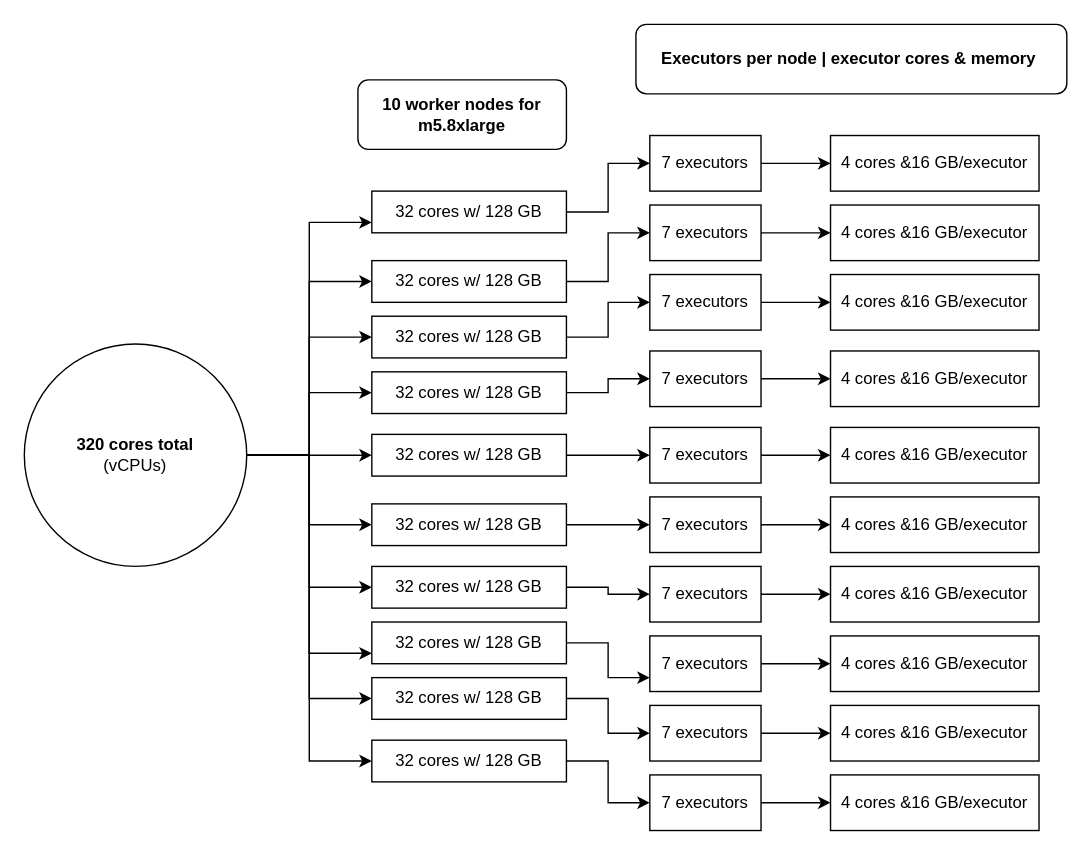
This is Untitled Diagram.drawio from alicehua11/test_react, a draw.io file, before an edit. Source tidied: cells renumbered, new cells numbered last; positions are measured from the earlier drawing's top-left corner, leaving out a move shared by most shapes. Both pictures are drawn from the tidied source at 139%, with x=0, y=0 at pixel (24, 24).
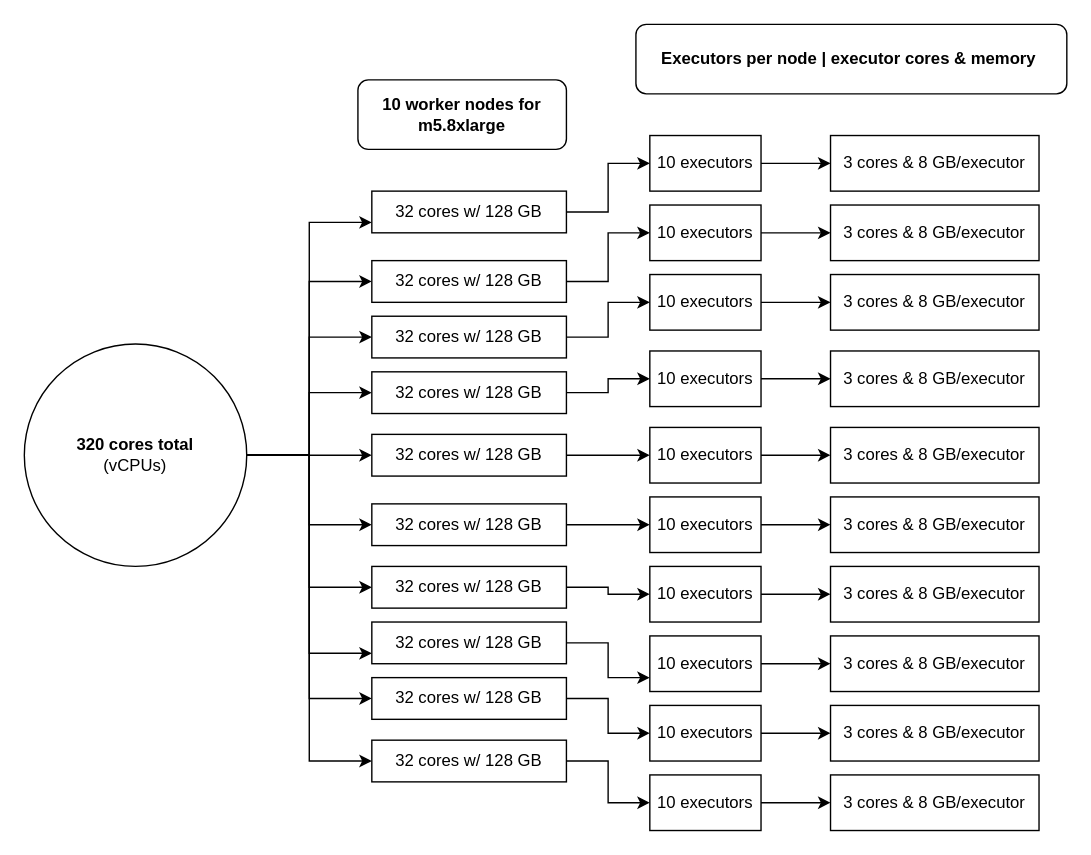
Above is the later version.

Change to the diagram source:
```diff
@@
-    <mxCell id="35" value="&lt;span&gt;7 executors&lt;/span&gt;" style="rounded=0;whiteSpace=wrap;html=1;" parent="1" vertex="1">
+    <mxCell id="35" value="&lt;span&gt;10 executors&lt;/span&gt;" style="rounded=0;whiteSpace=wrap;html=1;" parent="1" vertex="1">
       <mxGeometry x="450" y="80" width="80" height="40" as="geometry" />
     </mxCell>
@@
-    <mxCell id="37" value="7 executors" style="rounded=0;whiteSpace=wrap;html=1;" parent="1" vertex="1">
+    <mxCell id="37" value="10 executors" style="rounded=0;whiteSpace=wrap;html=1;" parent="1" vertex="1">
       <mxGeometry x="450" y="130" width="80" height="40" as="geometry" />
     </mxCell>
@@
-    <mxCell id="39" value="7 executors" style="rounded=0;whiteSpace=wrap;html=1;" parent="1" vertex="1">
+    <mxCell id="39" value="10 executors" style="rounded=0;whiteSpace=wrap;html=1;" parent="1" vertex="1">
       <mxGeometry x="450" y="180" width="80" height="40" as="geometry" />
     </mxCell>
@@
-    <mxCell id="41" value="7 executors" style="rounded=0;whiteSpace=wrap;html=1;" parent="1" vertex="1">
+    <mxCell id="41" value="10 executors" style="rounded=0;whiteSpace=wrap;html=1;" parent="1" vertex="1">
       <mxGeometry x="450" y="235" width="80" height="40" as="geometry" />
     </mxCell>
@@
-    <mxCell id="43" value="7 executors" style="rounded=0;whiteSpace=wrap;html=1;" parent="1" vertex="1">
+    <mxCell id="43" value="10 executors" style="rounded=0;whiteSpace=wrap;html=1;" parent="1" vertex="1">
       <mxGeometry x="450" y="290" width="80" height="40" as="geometry" />
     </mxCell>
@@
-    <mxCell id="45" value="7 executors" style="rounded=0;whiteSpace=wrap;html=1;" parent="1" vertex="1">
+    <mxCell id="45" value="10 executors" style="rounded=0;whiteSpace=wrap;html=1;" parent="1" vertex="1">
       <mxGeometry x="450" y="340" width="80" height="40" as="geometry" />
     </mxCell>
@@
-    <mxCell id="47" value="7 executors" style="rounded=0;whiteSpace=wrap;html=1;" parent="1" vertex="1">
+    <mxCell id="47" value="10 executors" style="rounded=0;whiteSpace=wrap;html=1;" parent="1" vertex="1">
       <mxGeometry x="450" y="390" width="80" height="40" as="geometry" />
     </mxCell>
@@
-    <mxCell id="49" value="7 executors" style="rounded=0;whiteSpace=wrap;html=1;" parent="1" vertex="1">
+    <mxCell id="49" value="10 executors" style="rounded=0;whiteSpace=wrap;html=1;" parent="1" vertex="1">
       <mxGeometry x="450" y="440" width="80" height="40" as="geometry" />
     </mxCell>
@@
-    <mxCell id="51" value="7 executors" style="rounded=0;whiteSpace=wrap;html=1;" parent="1" vertex="1">
+    <mxCell id="51" value="10 executors" style="rounded=0;whiteSpace=wrap;html=1;" parent="1" vertex="1">
       <mxGeometry x="450" y="490" width="80" height="40" as="geometry" />
     </mxCell>
@@
-    <mxCell id="53" value="7 executors" style="rounded=0;whiteSpace=wrap;html=1;" parent="1" vertex="1">
+    <mxCell id="53" value="10 executors" style="rounded=0;whiteSpace=wrap;html=1;" parent="1" vertex="1">
       <mxGeometry x="450" y="540" width="80" height="40" as="geometry" />
     </mxCell>
-    <mxCell id="54" value="4 cores &amp;amp;16 GB/executor" style="rounded=0;whiteSpace=wrap;html=1;" parent="1" vertex="1">
+    <mxCell id="54" value="3 cores &amp;amp; 8 GB/executor" style="rounded=0;whiteSpace=wrap;html=1;" parent="1" vertex="1">
       <mxGeometry x="580" y="80" width="150" height="40" as="geometry" />
     </mxCell>
-    <mxCell id="55" value="4 cores &amp;amp;16 GB/executor" style="rounded=0;whiteSpace=wrap;html=1;" parent="1" vertex="1">
+    <mxCell id="55" value="3 cores &amp;amp; 8 GB/executor" style="rounded=0;whiteSpace=wrap;html=1;" parent="1" vertex="1">
       <mxGeometry x="580" y="130" width="150" height="40" as="geometry" />
     </mxCell>
-    <mxCell id="56" value="4 cores &amp;amp;16 GB/executor" style="rounded=0;whiteSpace=wrap;html=1;" parent="1" vertex="1">
+    <mxCell id="56" value="3 cores &amp;amp; 8 GB/executor" style="rounded=0;whiteSpace=wrap;html=1;" parent="1" vertex="1">
       <mxGeometry x="580" y="180" width="150" height="40" as="geometry" />
     </mxCell>
-    <mxCell id="57" value="4 cores &amp;amp;16 GB/executor" style="rounded=0;whiteSpace=wrap;html=1;" parent="1" vertex="1">
+    <mxCell id="57" value="3 cores &amp;amp; 8 GB/executor" style="rounded=0;whiteSpace=wrap;html=1;" parent="1" vertex="1">
       <mxGeometry x="580" y="235" width="150" height="40" as="geometry" />
     </mxCell>
-    <mxCell id="58" value="4 cores &amp;amp;16 GB/executor" style="rounded=0;whiteSpace=wrap;html=1;" parent="1" vertex="1">
+    <mxCell id="58" value="3 cores &amp;amp; 8 GB/executor" style="rounded=0;whiteSpace=wrap;html=1;" parent="1" vertex="1">
       <mxGeometry x="580" y="290" width="150" height="40" as="geometry" />
     </mxCell>
-    <mxCell id="59" value="4 cores &amp;amp;16 GB/executor" style="rounded=0;whiteSpace=wrap;html=1;" parent="1" vertex="1">
+    <mxCell id="59" value="3 cores &amp;amp; 8 GB/executor" style="rounded=0;whiteSpace=wrap;html=1;" parent="1" vertex="1">
       <mxGeometry x="580" y="340" width="150" height="40" as="geometry" />
     </mxCell>
-    <mxCell id="60" value="4 cores &amp;amp;16 GB/executor" style="rounded=0;whiteSpace=wrap;html=1;" parent="1" vertex="1">
+    <mxCell id="60" value="3 cores &amp;amp; 8 GB/executor" style="rounded=0;whiteSpace=wrap;html=1;" parent="1" vertex="1">
       <mxGeometry x="580" y="390" width="150" height="40" as="geometry" />
     </mxCell>
-    <mxCell id="61" value="4 cores &amp;amp;16 GB/executor" style="rounded=0;whiteSpace=wrap;html=1;" parent="1" vertex="1">
+    <mxCell id="61" value="3 cores &amp;amp; 8 GB/executor" style="rounded=0;whiteSpace=wrap;html=1;" parent="1" vertex="1">
       <mxGeometry x="580" y="440" width="150" height="40" as="geometry" />
     </mxCell>
-    <mxCell id="62" value="4 cores &amp;amp;16 GB/executor" style="rounded=0;whiteSpace=wrap;html=1;" parent="1" vertex="1">
+    <mxCell id="62" value="3 cores &amp;amp; 8 GB/executor" style="rounded=0;whiteSpace=wrap;html=1;" parent="1" vertex="1">
       <mxGeometry x="580" y="490" width="150" height="40" as="geometry" />
     </mxCell>
-    <mxCell id="63" value="4 cores &amp;amp;16 GB/executor" style="rounded=0;whiteSpace=wrap;html=1;" parent="1" vertex="1">
+    <mxCell id="63" value="3 cores &amp;amp; 8 GB/executor" style="rounded=0;whiteSpace=wrap;html=1;" parent="1" vertex="1">
       <mxGeometry x="580" y="540" width="150" height="40" as="geometry" />
     </mxCell>
```
